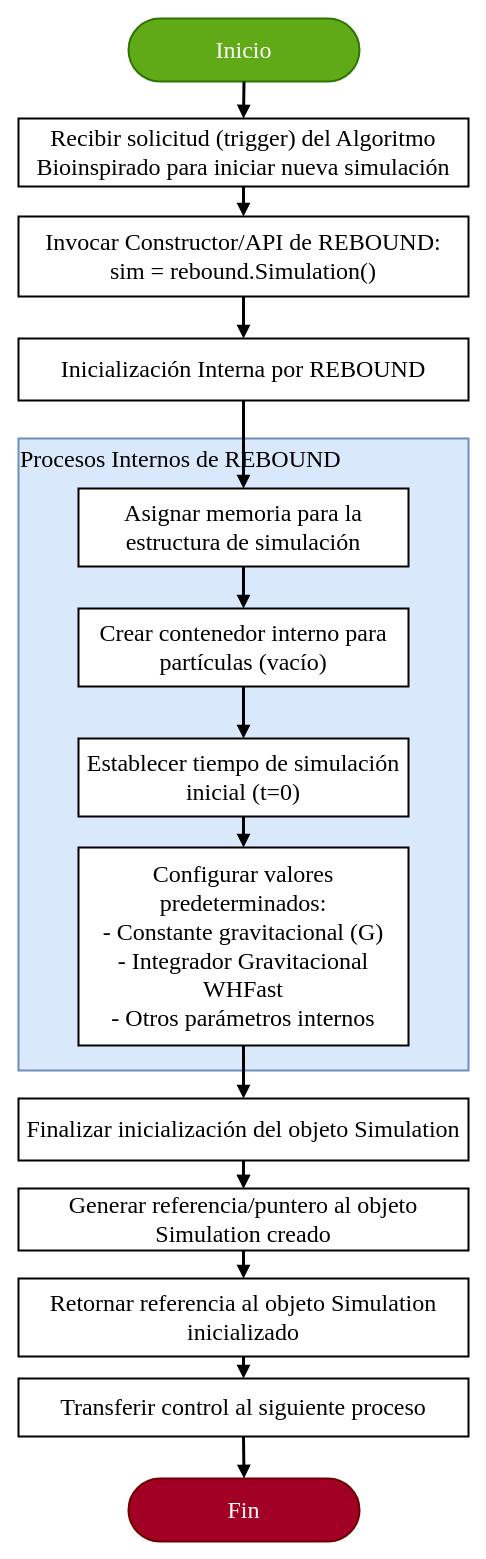
This is page "Proceso 04" (4 of 16) of img/Analisis/DiagramaProcesos/DiagramaProceso01_Captura Parámetros.drawio from CARBAJE/Presentacion, a draw.io file, before an edit. Source tidied: cells renumbered, new cells numbered last; positions are measured from the earlier drawing's top-left corner, leaving out a move shared by most shapes. Both pictures are drawn from the tidied source at 100%, with x=0, y=0 at pixel (18, 18).
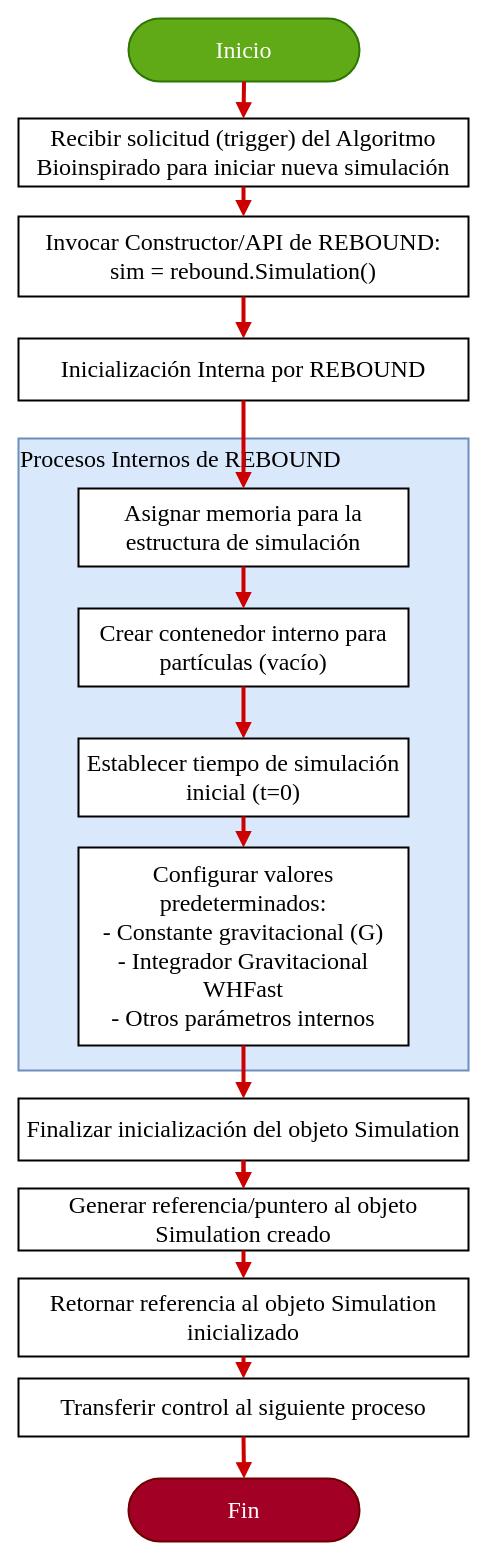
The same diagram, later.

Unchanged cells that the change refers to:
```xml
<mxCell id="3" value="Crear contenedor interno para partículas (vacío)" style="whiteSpace=wrap;strokeWidth=2;fontFamily=Times New Roman;fontSize=24;" parent="1" vertex="1">
  <mxGeometry x="60" y="590" width="330" height="78" as="geometry" />
</mxCell>
<mxCell id="4" value="Asignar memoria para la estructura de simulación" style="whiteSpace=wrap;strokeWidth=2;fontFamily=Times New Roman;fontSize=24;" parent="1" vertex="1">
  <mxGeometry x="60" y="470" width="330" height="78" as="geometry" />
</mxCell>
<mxCell id="5" value="Establecer tiempo de simulación inicial (t=0)" style="whiteSpace=wrap;strokeWidth=2;fontFamily=Times New Roman;fontSize=24;" parent="1" vertex="1">
  <mxGeometry x="60" y="720" width="330" height="78" as="geometry" />
</mxCell>
<mxCell id="6" value="Configurar valores predeterminados:&#10;        - Constante gravitacional (G)&#10;        - Integrador Gravitacional WHFast&#10;        - Otros parámetros internos" style="whiteSpace=wrap;strokeWidth=2;fontFamily=Times New Roman;fontSize=24;" parent="1" vertex="1">
  <mxGeometry x="60" y="829" width="330" height="198" as="geometry" />
</mxCell>
<mxCell id="7" value="Inicio" style="rounded=1;whiteSpace=wrap;arcSize=50;strokeWidth=2;fontFamily=Times New Roman;fontSize=24;fillColor=#60a917;fontColor=#ffffff;strokeColor=#2D7600;" parent="1" vertex="1">
  <mxGeometry x="110" width="231" height="63" as="geometry" />
</mxCell>
<mxCell id="8" value="Recibir solicitud (trigger) del Algoritmo Bioinspirado para iniciar nueva simulación" style="whiteSpace=wrap;strokeWidth=2;fontFamily=Times New Roman;fontSize=24;" parent="1" vertex="1">
  <mxGeometry y="100" width="450" height="68" as="geometry" />
</mxCell>
<mxCell id="9" value="Invocar Constructor/API de REBOUND: &#10;    sim = rebound.Simulation()" style="whiteSpace=wrap;strokeWidth=2;fontFamily=Times New Roman;fontSize=24;" parent="1" vertex="1">
  <mxGeometry y="198" width="450" height="80" as="geometry" />
</mxCell>
<mxCell id="10" value="Inicialización Interna por REBOUND" style="whiteSpace=wrap;strokeWidth=2;fontFamily=Times New Roman;fontSize=24;" parent="1" vertex="1">
  <mxGeometry y="320" width="450" height="62" as="geometry" />
</mxCell>
<mxCell id="11" value="Finalizar inicialización del objeto Simulation" style="whiteSpace=wrap;strokeWidth=2;fontFamily=Times New Roman;fontSize=24;" parent="1" vertex="1">
  <mxGeometry y="1080" width="450" height="62" as="geometry" />
</mxCell>
<mxCell id="12" value="Generar referencia/puntero al objeto Simulation creado" style="whiteSpace=wrap;strokeWidth=2;fontFamily=Times New Roman;fontSize=24;" parent="1" vertex="1">
  <mxGeometry y="1170" width="450" height="62" as="geometry" />
</mxCell>
<mxCell id="13" value="Retornar referencia al objeto Simulation inicializado" style="whiteSpace=wrap;strokeWidth=2;fontFamily=Times New Roman;fontSize=24;" parent="1" vertex="1">
  <mxGeometry y="1260" width="450" height="78" as="geometry" />
</mxCell>
<mxCell id="14" value="Transferir control al siguiente proceso" style="whiteSpace=wrap;strokeWidth=2;fontFamily=Times New Roman;fontSize=24;" parent="1" vertex="1">
  <mxGeometry y="1360" width="450" height="58" as="geometry" />
</mxCell>
<mxCell id="15" value="Fin" style="rounded=1;whiteSpace=wrap;arcSize=50;strokeWidth=2;fontFamily=Times New Roman;fontSize=24;fillColor=#a20025;fontColor=#ffffff;strokeColor=#6F0000;" parent="1" vertex="1">
  <mxGeometry x="110" y="1460" width="231" height="63" as="geometry" />
</mxCell>
```

Diff of the diagram source:
```diff
@@
-    <mxCell id="16" style="curved=1;startArrow=none;endArrow=block;exitX=0.5;exitY=1;entryX=0.5;entryY=0;rounded=0;fontFamily=Times New Roman;fontSize=24;strokeWidth=3;" parent="1" edge="1" source="7" target="8">
+    <mxCell id="16" style="curved=1;startArrow=none;endArrow=block;exitX=0.5;exitY=1;entryX=0.5;entryY=0;rounded=0;fontFamily=Times New Roman;fontSize=24;strokeWidth=4;strokeColor=#CC0000;flowAnimation=1;" parent="1" edge="1" source="7" target="8">
       <mxGeometry relative="1" as="geometry" />
     </mxCell>
-    <mxCell id="17" style="curved=1;startArrow=none;endArrow=block;exitX=0.5;exitY=1;entryX=0.5;entryY=0;rounded=0;fontFamily=Times New Roman;fontSize=24;strokeWidth=3;" parent="1" edge="1" source="8" target="9">
+    <mxCell id="17" style="curved=1;startArrow=none;endArrow=block;exitX=0.5;exitY=1;entryX=0.5;entryY=0;rounded=0;fontFamily=Times New Roman;fontSize=24;strokeWidth=4;strokeColor=#CC0000;flowAnimation=1;" parent="1" edge="1" source="8" target="9">
       <mxGeometry relative="1" as="geometry" />
     </mxCell>
-    <mxCell id="18" style="curved=1;startArrow=none;endArrow=block;exitX=0.5;exitY=1;entryX=0.5;entryY=0;rounded=0;fontFamily=Times New Roman;fontSize=24;strokeWidth=3;" parent="1" edge="1" source="9" target="10">
+    <mxCell id="18" style="curved=1;startArrow=none;endArrow=block;exitX=0.5;exitY=1;entryX=0.5;entryY=0;rounded=0;fontFamily=Times New Roman;fontSize=24;strokeWidth=4;strokeColor=#CC0000;flowAnimation=1;" parent="1" edge="1" source="9" target="10">
       <mxGeometry relative="1" as="geometry" />
     </mxCell>
-    <mxCell id="19" style="curved=1;startArrow=none;endArrow=block;exitX=0.5;exitY=1;entryX=0.5;entryY=0;rounded=0;fontFamily=Times New Roman;fontSize=24;strokeWidth=3;" parent="1" edge="1" source="4" target="3">
+    <mxCell id="19" style="curved=1;startArrow=none;endArrow=block;exitX=0.5;exitY=1;entryX=0.5;entryY=0;rounded=0;fontFamily=Times New Roman;fontSize=24;strokeWidth=4;strokeColor=#CC0000;flowAnimation=1;" parent="1" edge="1" source="4" target="3">
       <mxGeometry relative="1" as="geometry" />
     </mxCell>
-    <mxCell id="20" style="curved=1;startArrow=none;endArrow=block;exitX=0.5;exitY=1;entryX=0.5;entryY=0;rounded=0;fontFamily=Times New Roman;fontSize=24;strokeWidth=3;" parent="1" edge="1" source="3" target="5">
+    <mxCell id="20" style="curved=1;startArrow=none;endArrow=block;exitX=0.5;exitY=1;entryX=0.5;entryY=0;rounded=0;fontFamily=Times New Roman;fontSize=24;strokeWidth=4;strokeColor=#CC0000;flowAnimation=1;" parent="1" edge="1" source="3" target="5">
       <mxGeometry relative="1" as="geometry" />
     </mxCell>
-    <mxCell id="21" style="curved=1;startArrow=none;endArrow=block;exitX=0.5;exitY=1;entryX=0.5;entryY=0;rounded=0;fontFamily=Times New Roman;fontSize=24;strokeWidth=3;" parent="1" edge="1" source="5" target="6">
+    <mxCell id="21" style="curved=1;startArrow=none;endArrow=block;exitX=0.5;exitY=1;entryX=0.5;entryY=0;rounded=0;fontFamily=Times New Roman;fontSize=24;strokeWidth=4;strokeColor=#CC0000;flowAnimation=1;" parent="1" edge="1" source="5" target="6">
       <mxGeometry relative="1" as="geometry" />
     </mxCell>
-    <mxCell id="22" style="curved=1;startArrow=none;endArrow=block;exitX=0.5;exitY=1;entryX=0.5;entryY=0;rounded=0;fontFamily=Times New Roman;fontSize=24;strokeWidth=3;" parent="1" edge="1" source="10" target="4">
+    <mxCell id="22" style="curved=1;startArrow=none;endArrow=block;exitX=0.5;exitY=1;entryX=0.5;entryY=0;rounded=0;fontFamily=Times New Roman;fontSize=24;strokeWidth=4;strokeColor=#CC0000;flowAnimation=1;" parent="1" edge="1" source="10" target="4">
       <mxGeometry relative="1" as="geometry" />
     </mxCell>
-    <mxCell id="23" style="curved=1;startArrow=none;endArrow=block;exitX=0.5;exitY=1;entryX=0.5;entryY=0;rounded=0;fontFamily=Times New Roman;fontSize=24;strokeWidth=3;" parent="1" edge="1" source="6" target="11">
+    <mxCell id="23" style="curved=1;startArrow=none;endArrow=block;exitX=0.5;exitY=1;entryX=0.5;entryY=0;rounded=0;fontFamily=Times New Roman;fontSize=24;strokeWidth=4;strokeColor=#CC0000;flowAnimation=1;" parent="1" edge="1" source="6" target="11">
       <mxGeometry relative="1" as="geometry" />
     </mxCell>
-    <mxCell id="24" style="curved=1;startArrow=none;endArrow=block;exitX=0.5;exitY=1;entryX=0.5;entryY=0;rounded=0;fontFamily=Times New Roman;fontSize=24;strokeWidth=3;" parent="1" edge="1" source="11" target="12">
+    <mxCell id="24" style="curved=1;startArrow=none;endArrow=block;exitX=0.5;exitY=1;entryX=0.5;entryY=0;rounded=0;fontFamily=Times New Roman;fontSize=24;strokeWidth=4;strokeColor=#CC0000;flowAnimation=1;" parent="1" edge="1" source="11" target="12">
       <mxGeometry relative="1" as="geometry" />
     </mxCell>
-    <mxCell id="25" style="curved=1;startArrow=none;endArrow=block;exitX=0.5;exitY=1;entryX=0.5;entryY=0;rounded=0;fontFamily=Times New Roman;fontSize=24;strokeWidth=3;" parent="1" edge="1" source="12" target="13">
+    <mxCell id="25" style="curved=1;startArrow=none;endArrow=block;exitX=0.5;exitY=1;entryX=0.5;entryY=0;rounded=0;fontFamily=Times New Roman;fontSize=24;strokeWidth=4;strokeColor=#CC0000;flowAnimation=1;" parent="1" edge="1" source="12" target="13">
       <mxGeometry relative="1" as="geometry" />
     </mxCell>
-    <mxCell id="26" style="curved=1;startArrow=none;endArrow=block;exitX=0.5;exitY=1;entryX=0.5;entryY=0;rounded=0;fontFamily=Times New Roman;fontSize=24;strokeWidth=3;" parent="1" edge="1" source="13" target="14">
+    <mxCell id="26" style="curved=1;startArrow=none;endArrow=block;exitX=0.5;exitY=1;entryX=0.5;entryY=0;rounded=0;fontFamily=Times New Roman;fontSize=24;strokeWidth=4;strokeColor=#CC0000;flowAnimation=1;" parent="1" edge="1" source="13" target="14">
       <mxGeometry relative="1" as="geometry" />
     </mxCell>
-    <mxCell id="27" style="curved=1;startArrow=none;endArrow=block;exitX=0.5;exitY=1;entryX=0.5;entryY=0;rounded=0;fontFamily=Times New Roman;fontSize=24;strokeWidth=3;" parent="1" edge="1" source="14" target="15">
+    <mxCell id="27" style="curved=1;startArrow=none;endArrow=block;exitX=0.5;exitY=1;entryX=0.5;entryY=0;rounded=0;fontFamily=Times New Roman;fontSize=24;strokeWidth=4;strokeColor=#CC0000;flowAnimation=1;" parent="1" edge="1" source="14" target="15">
       <mxGeometry relative="1" as="geometry" />
     </mxCell>
-    <mxCell id="28" style="curved=1;startArrow=none;endArrow=block;entryX=0.5;entryY=0;rounded=0;fontFamily=Times New Roman;fontSize=24;strokeWidth=3;" parent="1" edge="1" source="11" target="12">
+    <mxCell id="28" style="curved=1;startArrow=none;endArrow=block;entryX=0.5;entryY=0;rounded=0;fontFamily=Times New Roman;fontSize=24;strokeWidth=4;strokeColor=#CC0000;flowAnimation=1;" parent="1" edge="1" source="11" target="12">
       <mxGeometry relative="1" as="geometry" />
     </mxCell>
```
